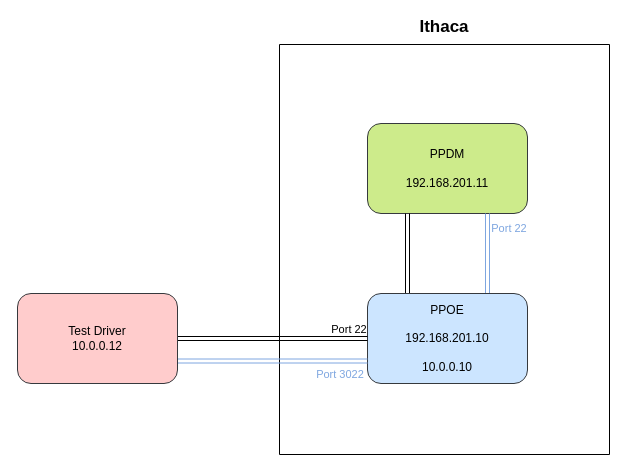
The draw.io diagram page "第 3 页" (3 of 3) of st/ssh_tunnel.drawio in gaivin/drawio, before the edit. Source tidied: cells renumbered, new cells numbered last; positions are measured from the earlier drawing's top-left corner, leaving out a move shared by most shapes. Both pictures are drawn from the tidied source at 100%, with x=0, y=0 at pixel (17, 44).
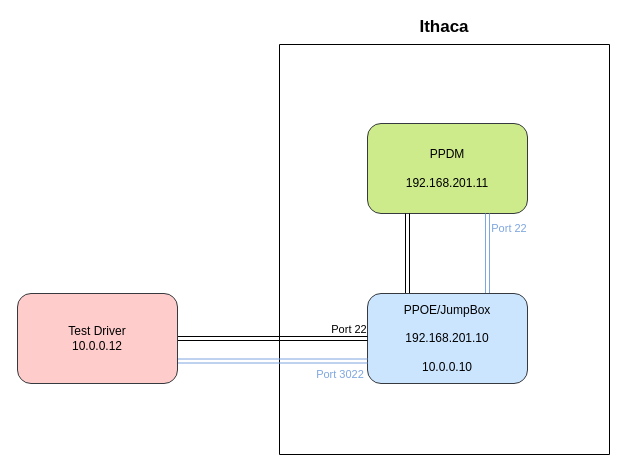
Above is the later version.

Commit message (it also covers changes not shown here):
Change PPOE to JumpBox

The edit, as a diff of the source:
```diff
@@
 <mxGraphModel>
   <root>
     <mxCell id="0" />
     <mxCell id="1" parent="0" />
     <mxCell id="2" value="Ithaca&#10;&#10;" style="swimlane;startSize=0;fontSize=17;" parent="1" vertex="1">
       <mxGeometry x="262" width="330" height="410" as="geometry" />
     </mxCell>
     <mxCell id="3" value="PPDM&lt;br&gt;&lt;br&gt;192.168.201.11" style="rounded=1;whiteSpace=wrap;html=1;fillColor=#cdeb8b;strokeColor=#36393d;" parent="2" vertex="1">
       <mxGeometry x="88" y="79" width="160" height="90" as="geometry" />
     </mxCell>
     <mxCell id="4" style="edgeStyle=orthogonalEdgeStyle;shape=link;rounded=0;jettySize=auto;html=1;exitX=0.25;exitY=0;exitDx=0;exitDy=0;entryX=0.25;entryY=1;entryDx=0;entryDy=0;strokeWidth=1;" parent="2" edge="1" source="6" target="3">
       <mxGeometry relative="1" as="geometry" />
     </mxCell>
     <mxCell id="5" style="edgeStyle=orthogonalEdgeStyle;shape=link;rounded=0;jettySize=auto;html=1;exitX=0.75;exitY=0;exitDx=0;exitDy=0;entryX=0.75;entryY=1;entryDx=0;entryDy=0;fontSize=17;fontColor=#CC0000;strokeColor=#7EA6E0;strokeWidth=1;" parent="2" edge="1" source="6" target="3">
       <mxGeometry relative="1" as="geometry" />
     </mxCell>
-    <mxCell id="6" value="PPOE&lt;br&gt;&lt;br&gt;192.168.201.10&lt;br&gt;&lt;br&gt;10.0.0.10" style="rounded=1;whiteSpace=wrap;html=1;fillColor=#cce5ff;strokeColor=#36393d;" parent="2" vertex="1">
+    <mxCell id="6" value="PPOE/JumpBox&lt;br&gt;&lt;br&gt;192.168.201.10&lt;br&gt;&lt;br&gt;10.0.0.10" style="rounded=1;whiteSpace=wrap;html=1;fillColor=#cce5ff;strokeColor=#36393d;" parent="2" vertex="1">
       <mxGeometry x="88" y="249" width="160" height="90" as="geometry" />
     </mxCell>
     <mxCell id="7" value="Port 22" style="text;html=1;strokeColor=none;fillColor=none;align=center;verticalAlign=middle;whiteSpace=wrap;rounded=0;fontSize=11;fontColor=#7EA6E0;" parent="2" vertex="1">
       <mxGeometry x="200" y="169" width="60" height="30" as="geometry" />
     </mxCell>
     <mxCell id="8" value="Port 22" style="text;html=1;strokeColor=none;fillColor=none;align=center;verticalAlign=middle;whiteSpace=wrap;rounded=0;fontSize=11;fontColor=#000000;" parent="2" vertex="1">
       <mxGeometry x="40" y="270" width="60" height="30" as="geometry" />
     </mxCell>
     <mxCell id="9" value="Port 3022" style="text;html=1;strokeColor=none;fillColor=none;align=center;verticalAlign=middle;whiteSpace=wrap;rounded=0;fontSize=11;fontColor=#7EA6E0;" parent="2" vertex="1">
       <mxGeometry x="31" y="315" width="60" height="30" as="geometry" />
     </mxCell>
     <mxCell id="10" style="edgeStyle=orthogonalEdgeStyle;rounded=0;jettySize=auto;html=1;exitX=1;exitY=0.75;exitDx=0;exitDy=0;strokeWidth=1;shape=link;entryX=0;entryY=0.75;entryDx=0;entryDy=0;strokeColor=#7EA6E0;" parent="1" edge="1" source="12" target="6">
       <mxGeometry relative="1" as="geometry" />
     </mxCell>
     <mxCell id="11" style="edgeStyle=orthogonalEdgeStyle;rounded=0;jettySize=auto;html=1;exitX=1;exitY=0.5;exitDx=0;exitDy=0;entryX=0;entryY=0.5;entryDx=0;entryDy=0;fontSize=17;fontColor=#CC0000;strokeWidth=1;shape=link;" parent="1" edge="1" source="12" target="6">
       <mxGeometry relative="1" as="geometry" />
     </mxCell>
     <mxCell id="12" value="Test Driver&lt;br&gt;10.0.0.12" style="rounded=1;whiteSpace=wrap;html=1;fillColor=#ffcccc;strokeColor=#36393d;" parent="1" vertex="1">
       <mxGeometry y="249" width="160" height="90" as="geometry" />
     </mxCell>
   </root>
 </mxGraphModel>
```
